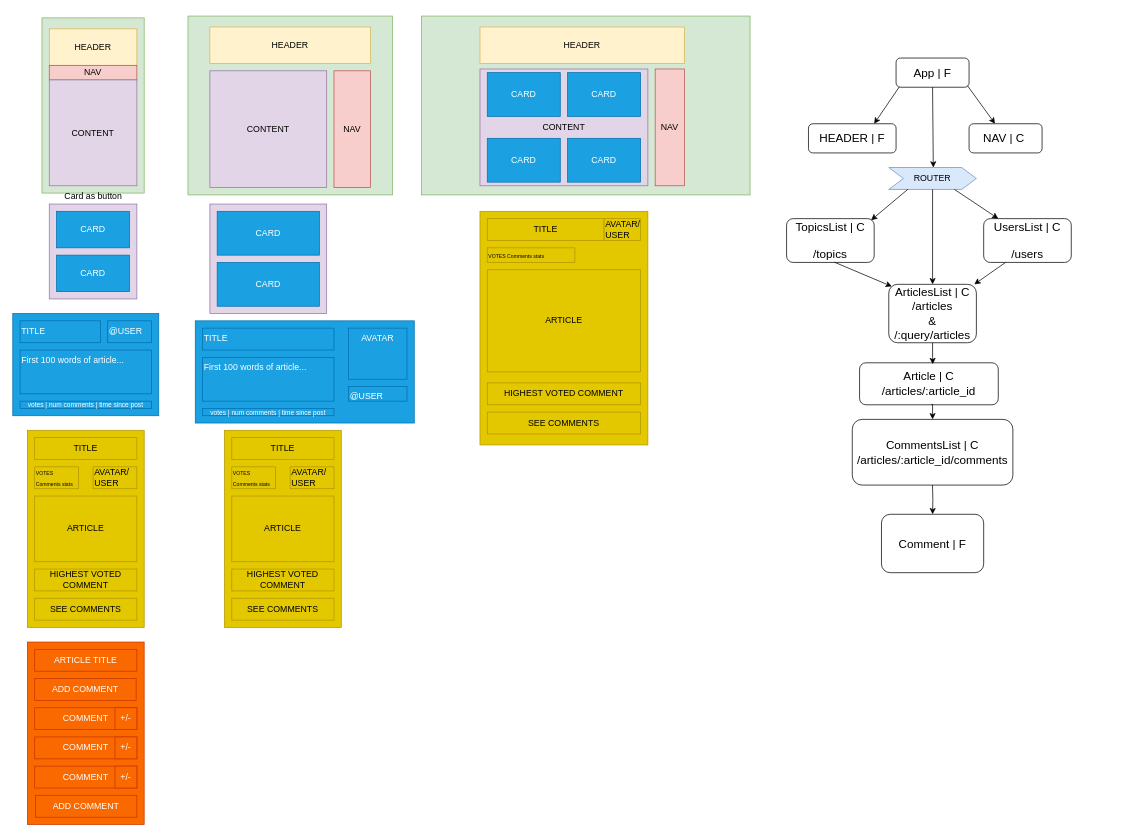
Before: misc/nc-news-wireframe.drawio in galambborong/getit, a draw.io diagram. Source tidied: cells renumbered, new cells numbered last; positions are measured from the earlier drawing's top-left corner, leaving out a move shared by most shapes. Both pictures are drawn from the tidied source at 73%, with x=0, y=0 at pixel (5, 15).
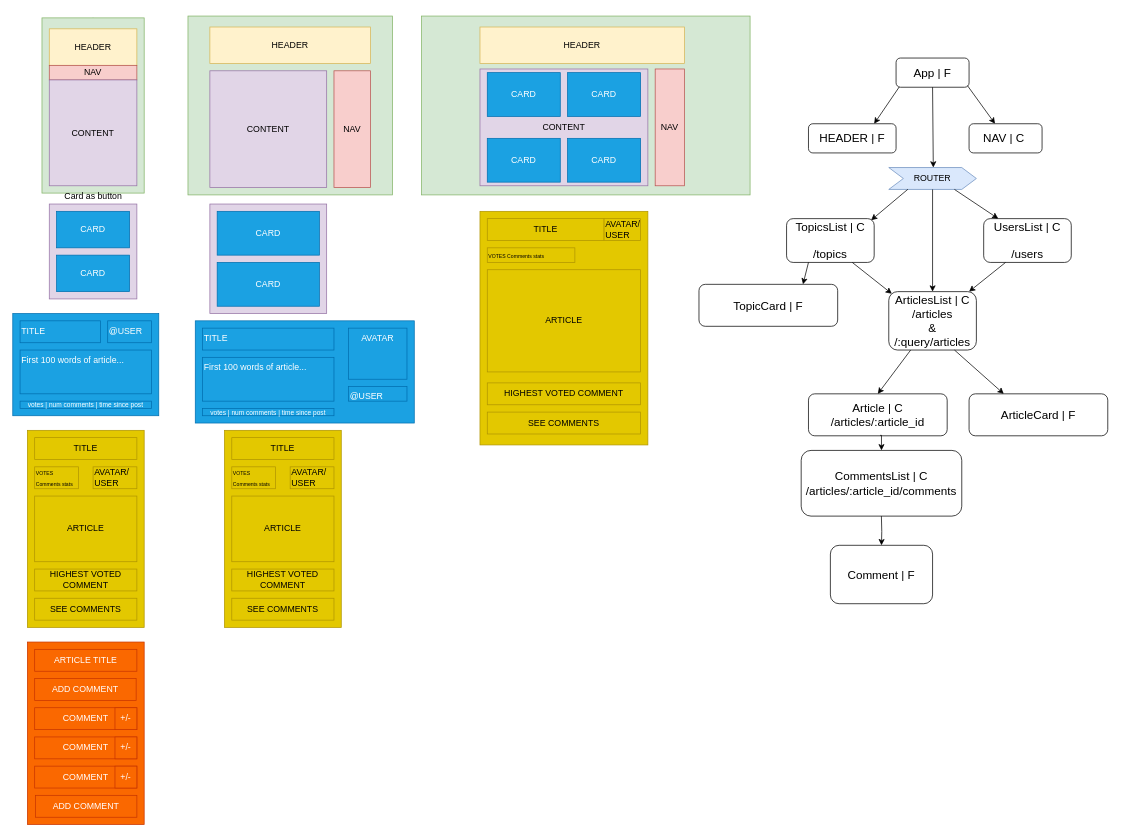
The same diagram, later.

The change refers to these unchanged cells:
```xml
<mxCell id="57" value="&lt;font color=&quot;#000000&quot; style=&quot;font-size: 16px&quot;&gt;TopicsList | C&lt;br&gt;&lt;br&gt;/topics&lt;br&gt;&lt;/font&gt;" style="rounded=1;whiteSpace=wrap;html=1;labelBackgroundColor=none;fillColor=none;fontColor=#FFFFFF;align=center;" parent="1" vertex="1">
  <mxGeometry x="1070" y="278" width="120" height="60" as="geometry" />
</mxCell>
```

Change to the diagram source:
```diff
@@
-    <mxCell id="55" style="edgeStyle=orthogonalEdgeStyle;rounded=0;jettySize=auto;html=1;fontColor=#FFFFFF;entryX=0.528;entryY=0.033;entryDx=0;entryDy=0;entryPerimeter=0;" parent="1" edge="1" source="56" target="62">
-      <mxGeometry relative="1" as="geometry" />
-    </mxCell>
     <mxCell id="56" value="&lt;font color=&quot;#000000&quot; style=&quot;font-size: 16px&quot;&gt;ArticlesList | C&lt;br&gt;/articles&lt;br&gt;&amp;amp;&lt;br&gt;/:query/articles&lt;br&gt;&lt;/font&gt;" style="rounded=1;whiteSpace=wrap;html=1;labelBackgroundColor=none;fillColor=none;fontColor=#FFFFFF;align=center;" parent="1" vertex="1">
-      <mxGeometry x="1210" y="368" width="120" height="80" as="geometry" />
+      <mxGeometry x="1210" y="378" width="120" height="80" as="geometry" />
     </mxCell>
@@
     <mxCell id="62" value="&lt;font color=&quot;#000000&quot; style=&quot;font-size: 16px&quot;&gt;Article | C&lt;br&gt;/articles/:article_id&lt;br&gt;&lt;/font&gt;" style="rounded=1;whiteSpace=wrap;html=1;labelBackgroundColor=none;fillColor=none;fontColor=#FFFFFF;align=center;" parent="1" vertex="1">
-      <mxGeometry x="1170" y="475.5" width="190" height="57.5" as="geometry" />
+      <mxGeometry x="1100" y="518" width="190" height="57.5" as="geometry" />
     </mxCell>
     <mxCell id="63" value="&lt;font color=&quot;#000000&quot; style=&quot;font-size: 16px&quot;&gt;CommentsList | C&lt;br&gt;/articles/:article_id/comments&lt;br&gt;&lt;/font&gt;" style="rounded=1;whiteSpace=wrap;html=1;labelBackgroundColor=none;fillColor=none;fontColor=#FFFFFF;align=center;" parent="1" vertex="1">
-      <mxGeometry x="1160" y="553" width="220" height="90" as="geometry" />
+      <mxGeometry x="1090" y="595.5" width="220" height="90" as="geometry" />
     </mxCell>
     <mxCell id="64" value="&lt;font color=&quot;#000000&quot; style=&quot;font-size: 16px&quot;&gt;Comment | F&lt;br&gt;&lt;/font&gt;" style="rounded=1;whiteSpace=wrap;html=1;labelBackgroundColor=none;fillColor=none;fontColor=#FFFFFF;align=center;" parent="1" vertex="1">
-      <mxGeometry x="1200" y="683" width="140" height="80" as="geometry" />
+      <mxGeometry x="1130" y="725.5" width="140" height="80" as="geometry" />
     </mxCell>
-    <mxCell id="65" style="endArrow=classic;html=1;fontColor=#FFFFFF;entryX=0.035;entryY=0.036;entryDx=0;entryDy=0;exitX=0.547;exitY=0.995;exitDx=0;exitDy=0;exitPerimeter=0;entryPerimeter=0;" parent="1" edge="1" source="57" target="56">
+    <mxCell id="65" style="endArrow=classic;html=1;fontColor=#FFFFFF;entryX=0.035;entryY=0.036;entryDx=0;entryDy=0;exitX=0.75;exitY=1;exitDx=0;exitDy=0;entryPerimeter=0;" parent="1" edge="1" source="57" target="56">
       <mxGeometry relative="1" as="geometry" />
     </mxCell>
@@
     <mxCell id="67" style="edgeStyle=orthogonalEdgeStyle;rounded=0;jettySize=auto;html=1;fontColor=#FFFFFF;entryX=0.5;entryY=0;entryDx=0;entryDy=0;" parent="1" edge="1" target="64">
       <mxGeometry relative="1" as="geometry">
-        <mxPoint x="1269.9" y="643" as="sourcePoint" />
+        <mxPoint x="1199.9" y="685.5" as="sourcePoint" />
       </mxGeometry>
     </mxCell>
@@
+    <mxCell id="89" value="&lt;font color=&quot;#000000&quot; style=&quot;font-size: 16px&quot;&gt;ArticleCard | F&lt;br&gt;&lt;/font&gt;" style="rounded=1;whiteSpace=wrap;html=1;labelBackgroundColor=none;fillColor=none;fontColor=#FFFFFF;align=center;" parent="1" vertex="1">
+      <mxGeometry x="1320" y="518" width="190" height="57.5" as="geometry" />
+    </mxCell>
+    <mxCell id="90" style="endArrow=classic;html=1;fontColor=#FFFFFF;exitX=0.75;exitY=1;exitDx=0;exitDy=0;entryX=0.25;entryY=0;entryDx=0;entryDy=0;" parent="1" edge="1" source="56" target="89">
+      <mxGeometry relative="1" as="geometry" />
+    </mxCell>
+    <mxCell id="55" style="endArrow=classic;html=1;fontColor=#FFFFFF;exitX=0.25;exitY=1;exitDx=0;exitDy=0;entryX=0.5;entryY=0;entryDx=0;entryDy=0;" parent="1" edge="1" source="56" target="62">
+      <mxGeometry relative="1" as="geometry" />
+    </mxCell>
+    <mxCell id="91" value="&lt;font color=&quot;#000000&quot; style=&quot;font-size: 16px&quot;&gt;TopicCard | F&lt;br&gt;&lt;/font&gt;" style="rounded=1;whiteSpace=wrap;html=1;labelBackgroundColor=none;fillColor=none;fontColor=#FFFFFF;align=center;" parent="1" vertex="1">
+      <mxGeometry x="950" y="368" width="190" height="57.5" as="geometry" />
+    </mxCell>
+    <mxCell id="92" style="endArrow=classic;html=1;fontColor=#FFFFFF;entryX=0.75;entryY=0;entryDx=0;entryDy=0;exitX=0.25;exitY=1;exitDx=0;exitDy=0;" parent="1" edge="1" source="57" target="91">
+      <mxGeometry relative="1" as="geometry" />
+    </mxCell>
```
